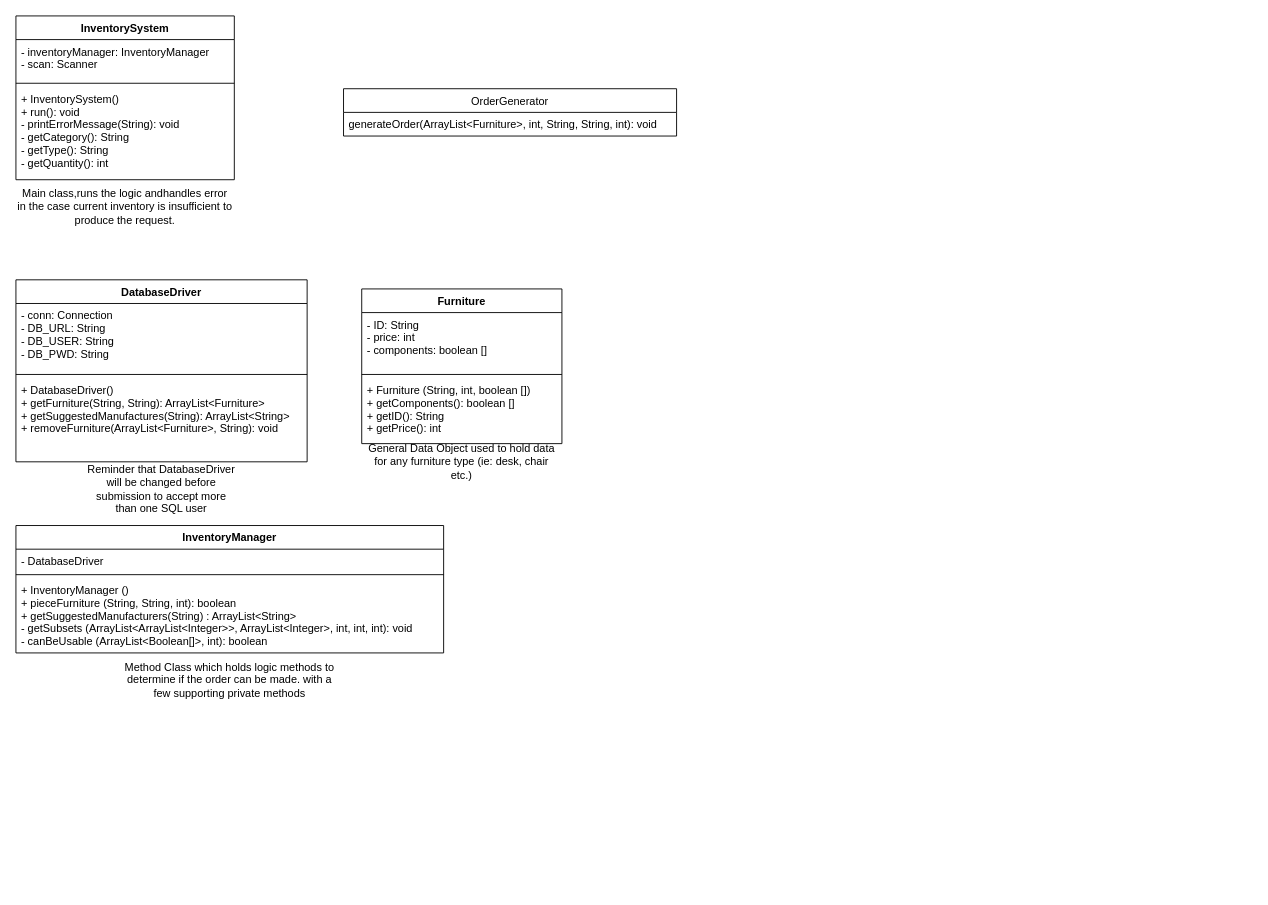
Above: Untitled Diagram.drawio in mtagg/409ProjectG16 (draw.io), before the change. Source tidied: cells renumbered, new cells numbered last; positions are measured from the earlier drawing's top-left corner, leaving out a move shared by most shapes. Both pictures are drawn from the tidied source at 91%, with x=0, y=0 at pixel (15, 15).
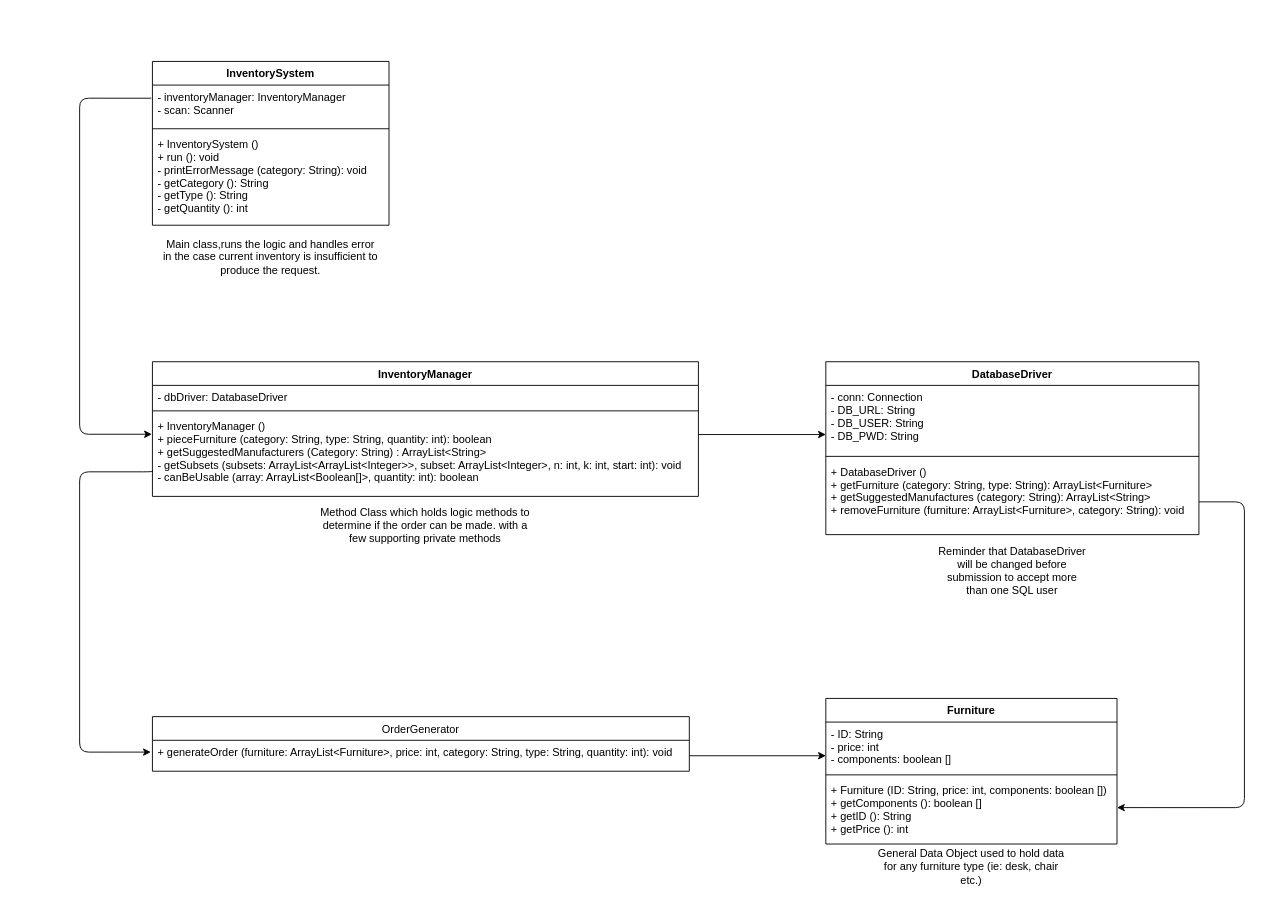
After the change.

Commit message:
Added relationships and variable names

Diff of the diagram source:
```diff
@@
     <mxCell id="2" value="Furniture" style="swimlane;fontStyle=1;align=center;verticalAlign=top;horizontal=1;startSize=26;" parent="1" vertex="1">
-      <mxGeometry x="380" y="300" width="220" height="170" as="geometry" />
+      <mxGeometry x="890" y="750" width="320" height="160" as="geometry" />
     </mxCell>
     <mxCell id="3" value="- ID: String&#10;- price: int&#10;- components: boolean []&#10;" style="text;strokeColor=none;fillColor=none;align=left;verticalAlign=top;spacingLeft=4;spacingRight=4;overflow=hidden;points=[[0,0.5],[1,0.5]];portConstraint=eastwest;" parent="2" vertex="1">
-      <mxGeometry y="26" width="220" height="64" as="geometry" />
+      <mxGeometry y="26" width="320" height="54" as="geometry" />
     </mxCell>
     <mxCell id="4" style="line;strokeWidth=1;fillColor=none;align=left;verticalAlign=middle;spacingTop=-1;spacingLeft=3;spacingRight=3;labelPosition=right;" parent="2" vertex="1">
-      <mxGeometry y="90" width="220" height="8" as="geometry" />
+      <mxGeometry y="80" width="320" height="8" as="geometry" />
     </mxCell>
-    <mxCell id="5" value="+ Furniture (String, int, boolean [])&#10;+ getComponents(): boolean []&#10;+ getID(): String&#10;+ getPrice(): int&#10;&#10;" style="text;strokeColor=none;fillColor=none;align=left;verticalAlign=top;spacingLeft=4;spacingRight=4;overflow=hidden;points=[[0,0.5],[1,0.5]];portConstraint=eastwest;" parent="2" vertex="1">
-      <mxGeometry y="98" width="220" height="72" as="geometry" />
+    <mxCell id="5" value="+ Furniture (ID: String, price: int, components: boolean [])&#10;+ getComponents (): boolean []&#10;+ getID (): String&#10;+ getPrice (): int&#10;&#10;" style="text;strokeColor=none;fillColor=none;align=left;verticalAlign=top;spacingLeft=4;spacingRight=4;overflow=hidden;points=[[0,0.5],[1,0.5]];portConstraint=eastwest;" parent="2" vertex="1">
+      <mxGeometry y="88" width="320" height="72" as="geometry" />
     </mxCell>
     <mxCell id="6" value="DatabaseDriver" style="swimlane;fontStyle=1;align=center;verticalAlign=top;horizontal=1;startSize=26;" parent="1" vertex="1">
-      <mxGeometry y="290" width="320" height="200" as="geometry" />
+      <mxGeometry x="890" y="380" width="410" height="190" as="geometry" />
     </mxCell>
     <mxCell id="7" value="- conn: Connection&#10;- DB_URL: String&#10;- DB_USER: String&#10;- DB_PWD: String&#10;&#10;&#10;" style="text;strokeColor=none;fillColor=none;align=left;verticalAlign=top;spacingLeft=4;spacingRight=4;overflow=hidden;points=[[0,0.5],[1,0.5]];portConstraint=eastwest;fontStyle=0;" parent="6" vertex="1">
-      <mxGeometry y="26" width="320" height="74" as="geometry" />
+      <mxGeometry y="26" width="410" height="74" as="geometry" />
     </mxCell>
     <mxCell id="8" style="line;strokeWidth=1;fillColor=none;align=left;verticalAlign=middle;spacingTop=-1;spacingLeft=3;spacingRight=3;labelPosition=right;" parent="6" vertex="1">
-      <mxGeometry y="100" width="320" height="8" as="geometry" />
+      <mxGeometry y="100" width="410" height="8" as="geometry" />
     </mxCell>
-    <mxCell id="9" value="+ DatabaseDriver()&#10;+ getFurniture(String, String): ArrayList&lt;Furniture&gt;&#10;+ getSuggestedManufactures(String): ArrayList&lt;String&gt;&#10;+ removeFurniture(ArrayList&lt;Furniture&gt;, String): void&#10;" style="text;strokeColor=none;fillColor=none;align=left;verticalAlign=top;spacingLeft=4;spacingRight=4;overflow=hidden;points=[[0,0.5],[1,0.5]];portConstraint=eastwest;" parent="6" vertex="1">
-      <mxGeometry y="108" width="320" height="92" as="geometry" />
+    <mxCell id="9" value="+ DatabaseDriver ()&#10;+ getFurniture (category: String, type: String): ArrayList&lt;Furniture&gt;&#10;+ getSuggestedManufactures (category: String): ArrayList&lt;String&gt;&#10;+ removeFurniture (furniture: ArrayList&lt;Furniture&gt;, category: String): void&#10;" style="text;strokeColor=none;fillColor=none;align=left;verticalAlign=top;spacingLeft=4;spacingRight=4;overflow=hidden;points=[[0,0.5],[1,0.5]];portConstraint=eastwest;" parent="6" vertex="1">
+      <mxGeometry y="108" width="410" height="82" as="geometry" />
     </mxCell>
     <mxCell id="10" value="Reminder that DatabaseDriver will be changed before submission to accept more than one SQL user" style="text;html=1;strokeColor=none;fillColor=none;align=center;verticalAlign=middle;whiteSpace=wrap;rounded=0;" parent="1" vertex="1">
-      <mxGeometry x="75" y="510" width="170" height="20" as="geometry" />
+      <mxGeometry x="1010" y="570" width="170" height="80" as="geometry" />
     </mxCell>
     <mxCell id="11" value="General Data Object used to hold data for any furniture type (ie: desk, chair etc.)" style="text;html=1;strokeColor=none;fillColor=none;align=center;verticalAlign=middle;whiteSpace=wrap;rounded=0;" parent="1" vertex="1">
-      <mxGeometry x="380" y="480" width="220" height="20" as="geometry" />
+      <mxGeometry x="940" y="910" width="220" height="50" as="geometry" />
     </mxCell>
     <mxCell id="12" value="OrderGenerator" style="swimlane;fontStyle=0;horizontal=1;startSize=26;fillColor=none;" parent="1" vertex="1">
-      <mxGeometry x="360" y="80" width="366" height="52" as="geometry" />
+      <mxGeometry x="150" y="770" width="590" height="60" as="geometry" />
     </mxCell>
-    <mxCell id="13" value="generateOrder(ArrayList&lt;Furniture&gt;, int, String, String, int): void" style="text;strokeColor=none;fillColor=none;align=left;verticalAlign=top;spacingLeft=4;spacingRight=4;overflow=hidden;points=[[0,0.5],[1,0.5]];portConstraint=eastwest;" parent="12" vertex="1">
-      <mxGeometry y="26" width="366" height="26" as="geometry" />
+    <mxCell id="13" value="+ generateOrder (furniture: ArrayList&lt;Furniture&gt;, price: int, category: String, type: String, quantity: int): void" style="text;strokeColor=none;fillColor=none;align=left;verticalAlign=top;spacingLeft=4;spacingRight=4;overflow=hidden;points=[[0,0.5],[1,0.5]];portConstraint=eastwest;" parent="12" vertex="1">
+      <mxGeometry y="26" width="590" height="34" as="geometry" />
     </mxCell>
     <mxCell id="14" value="InventorySystem" style="swimlane;fontStyle=1;align=center;verticalAlign=top;horizontal=1;startSize=26;" parent="1" vertex="1">
-      <mxGeometry width="240" height="180" as="geometry" />
+      <mxGeometry x="150" y="50" width="260" height="180" as="geometry" />
     </mxCell>
     <mxCell id="15" value="- inventoryManager: InventoryManager&#10;- scan: Scanner&#10;" style="text;strokeColor=none;fillColor=none;align=left;verticalAlign=top;spacingLeft=4;spacingRight=4;overflow=hidden;points=[[0,0.5],[1,0.5]];portConstraint=eastwest;" parent="14" vertex="1">
-      <mxGeometry y="26" width="240" height="44" as="geometry" />
+      <mxGeometry y="26" width="260" height="44" as="geometry" />
     </mxCell>
     <mxCell id="16" style="line;strokeWidth=1;fillColor=none;align=left;verticalAlign=middle;spacingTop=-1;spacingLeft=3;spacingRight=3;labelPosition=right;" parent="14" vertex="1">
-      <mxGeometry y="70" width="240" height="8" as="geometry" />
+      <mxGeometry y="70" width="260" height="8" as="geometry" />
     </mxCell>
-    <mxCell id="17" value="+ InventorySystem()&#10;+ run(): void&#10;- printErrorMessage(String): void&#10;- getCategory(): String&#10;- getType(): String&#10;- getQuantity(): int&#10;" style="text;strokeColor=none;fillColor=none;align=left;verticalAlign=top;spacingLeft=4;spacingRight=4;overflow=hidden;" parent="14" vertex="1">
-      <mxGeometry y="78" width="240" height="102" as="geometry" />
+    <mxCell id="17" value="+ InventorySystem ()&#10;+ run (): void&#10;- printErrorMessage (category: String): void&#10;- getCategory (): String&#10;- getType (): String&#10;- getQuantity (): int&#10;" style="text;strokeColor=none;fillColor=none;align=left;verticalAlign=top;spacingLeft=4;spacingRight=4;overflow=hidden;" parent="14" vertex="1">
+      <mxGeometry y="78" width="260" height="102" as="geometry" />
     </mxCell>
-    <mxCell id="18" value="Main class,runs the logic andhandles error in the case current inventory is insufficient to produce the request." style="text;html=1;strokeColor=none;fillColor=none;align=center;verticalAlign=middle;whiteSpace=wrap;rounded=0;" parent="1" vertex="1">
-      <mxGeometry y="200" width="240" height="20" as="geometry" />
+    <mxCell id="18" value="Main class,runs the logic and handles error in the case current inventory is insufficient to produce the request." style="text;html=1;strokeColor=none;fillColor=none;align=center;verticalAlign=middle;whiteSpace=wrap;rounded=0;" parent="1" vertex="1">
+      <mxGeometry x="160" y="230" width="240" height="70" as="geometry" />
     </mxCell>
     <mxCell id="19" value="InventoryManager" style="swimlane;fontStyle=1;align=center;verticalAlign=top;horizontal=1;startSize=26;" parent="1" vertex="1">
-      <mxGeometry y="560" width="470" height="140" as="geometry" />
+      <mxGeometry x="150" y="380" width="600" height="148" as="geometry" />
     </mxCell>
-    <mxCell id="20" value="- DatabaseDriver" style="text;strokeColor=none;fillColor=none;align=left;verticalAlign=top;spacingLeft=4;spacingRight=4;overflow=hidden;" parent="19" vertex="1">
-      <mxGeometry y="26" width="470" height="24" as="geometry" />
+    <mxCell id="20" value="- dbDriver: DatabaseDriver" style="text;strokeColor=none;fillColor=none;align=left;verticalAlign=top;spacingLeft=4;spacingRight=4;overflow=hidden;" parent="19" vertex="1">
+      <mxGeometry y="26" width="600" height="24" as="geometry" />
     </mxCell>
     <mxCell id="21" style="line;strokeWidth=1;fillColor=none;align=left;verticalAlign=middle;spacingTop=-1;spacingLeft=3;spacingRight=3;labelPosition=right;" parent="19" vertex="1">
-      <mxGeometry y="50" width="470" height="8" as="geometry" />
+      <mxGeometry y="50" width="600" height="8" as="geometry" />
     </mxCell>
-    <mxCell id="22" value="+ InventoryManager ()&#10;+ pieceFurniture (String, String, int): boolean&#10;+ getSuggestedManufacturers(String) : ArrayList&lt;String&gt;&#10;- getSubsets (ArrayList&lt;ArrayList&lt;Integer&gt;&gt;, ArrayList&lt;Integer&gt;, int, int, int): void&#10;- canBeUsable (ArrayList&lt;Boolean[]&gt;, int): boolean&#10;&#10;&#10;" style="text;strokeColor=none;fillColor=none;align=left;verticalAlign=top;spacingLeft=4;spacingRight=4;overflow=hidden;points=[[0,0.5],[1,0.5]];portConstraint=eastwest;" parent="19" vertex="1">
-      <mxGeometry y="58" width="470" height="82" as="geometry" />
+    <mxCell id="22" value="+ InventoryManager ()&#10;+ pieceFurniture (category: String, type: String, quantity: int): boolean&#10;+ getSuggestedManufacturers (Category: String) : ArrayList&lt;String&gt;&#10;- getSubsets (subsets: ArrayList&lt;ArrayList&lt;Integer&gt;&gt;, subset: ArrayList&lt;Integer&gt;, n: int, k: int, start: int): void&#10;- canBeUsable (array: ArrayList&lt;Boolean[]&gt;, quantity: int): boolean&#10;&#10;&#10;" style="text;strokeColor=none;fillColor=none;align=left;verticalAlign=top;spacingLeft=4;spacingRight=4;overflow=hidden;points=[[0,0.5],[1,0.5]];portConstraint=eastwest;" parent="19" vertex="1">
+      <mxGeometry y="58" width="600" height="90" as="geometry" />
     </mxCell>
     <mxCell id="23" value="Method Class which holds logic methods to determine if the order can be made. with a few supporting private methods" style="text;html=1;strokeColor=none;fillColor=none;align=center;verticalAlign=middle;whiteSpace=wrap;rounded=0;" parent="1" vertex="1">
-      <mxGeometry x="115" y="710" width="240" height="40" as="geometry" />
+      <mxGeometry x="330" y="530" width="240" height="60" as="geometry" />
     </mxCell>
+    <mxCell id="24" style="edgeStyle=orthogonalEdgeStyle;rounded=1;jettySize=auto;html=1;exitX=-0.005;exitY=0.328;exitDx=0;exitDy=0;exitPerimeter=0;entryX=-0.001;entryY=0.241;entryDx=0;entryDy=0;entryPerimeter=0;" parent="1" edge="1" source="15" target="22">
+      <mxGeometry relative="1" as="geometry">
+        <Array as="points">
+          <mxPoint x="70" y="90" />
+          <mxPoint x="70" y="460" />
+        </Array>
+      </mxGeometry>
+    </mxCell>
+    <mxCell id="25" style="edgeStyle=orthogonalEdgeStyle;rounded=0;jettySize=auto;html=1;entryX=0;entryY=0.685;entryDx=0;entryDy=0;entryPerimeter=0;" parent="1" edge="1" source="13" target="3">
+      <mxGeometry relative="1" as="geometry" />
+    </mxCell>
+    <mxCell id="26" style="edgeStyle=orthogonalEdgeStyle;rounded=0;jettySize=auto;html=1;entryX=0;entryY=0.73;entryDx=0;entryDy=0;entryPerimeter=0;" parent="1" edge="1" source="22" target="7">
+      <mxGeometry relative="1" as="geometry">
+        <Array as="points">
+          <mxPoint x="700" y="460" />
+          <mxPoint x="700" y="460" />
+        </Array>
+      </mxGeometry>
+    </mxCell>
+    <mxCell id="27" style="edgeStyle=orthogonalEdgeStyle;jettySize=auto;html=1;entryX=1;entryY=0.444;entryDx=0;entryDy=0;entryPerimeter=0;rounded=1;" parent="1" edge="1" source="9" target="5">
+      <mxGeometry relative="1" as="geometry">
+        <Array as="points">
+          <mxPoint x="1350" y="534" />
+          <mxPoint x="1350" y="870" />
+        </Array>
+      </mxGeometry>
+    </mxCell>
+    <mxCell id="28" style="edgeStyle=orthogonalEdgeStyle;rounded=1;jettySize=auto;html=1;entryX=-0.003;entryY=0.382;entryDx=0;entryDy=0;exitX=0;exitY=0.685;exitDx=0;exitDy=0;exitPerimeter=0;entryPerimeter=0;" parent="1" edge="1" source="22" target="13">
+      <mxGeometry relative="1" as="geometry">
+        <Array as="points">
+          <mxPoint x="150" y="501" />
+          <mxPoint x="70" y="501" />
+          <mxPoint x="70" y="809" />
+        </Array>
+      </mxGeometry>
+    </mxCell>
```
